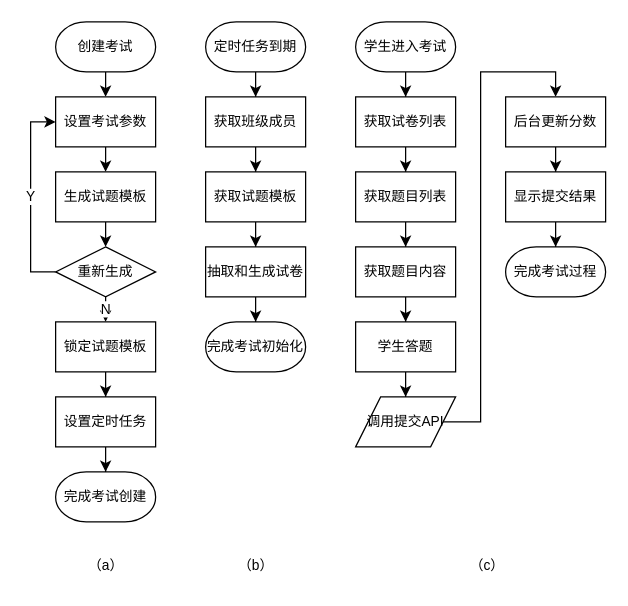
Above: page "第 6 页" (6 of 6) of 程序流程图.drawio in 2302680972/lighteny_diagrams (draw.io), before the change. Source tidied: cells renumbered, new cells numbered last; positions are measured from the earlier drawing's top-left corner, leaving out a move shared by most shapes. Both pictures are drawn from the tidied source at 125%, with x=0, y=0 at pixel (30, 21).
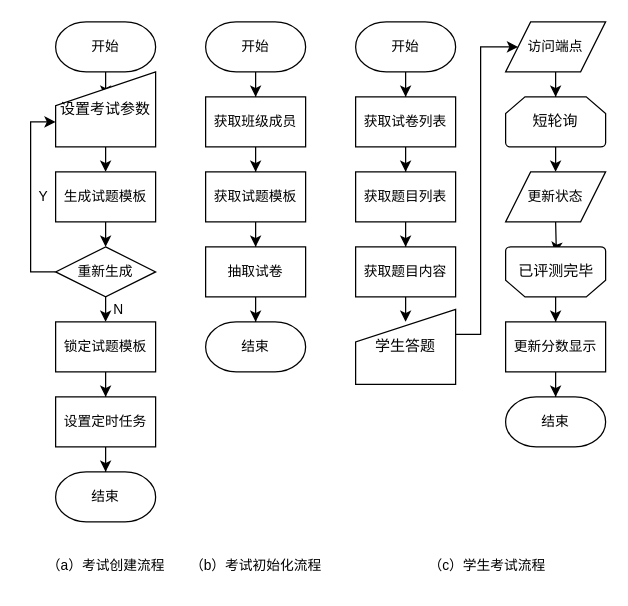
The same page after the edit.

Commit message:
更新程序流程图.drawio

The change refers to these unchanged cells:
```xml
<mxCell id="7" value="生成试题模板" style="rounded=0;whiteSpace=wrap;html=1;strokeWidth=1;fontSize=11;" parent="1" vertex="1">
  <mxGeometry x="20" y="120" width="80" height="40" as="geometry" />
</mxCell>
<mxCell id="10" value="重新生成" style="rhombus;whiteSpace=wrap;html=1;strokeWidth=1;fontSize=11;" parent="1" vertex="1">
  <mxGeometry x="20" y="180" width="80" height="40" as="geometry" />
</mxCell>
<mxCell id="12" value="锁定试题模板" style="rounded=0;whiteSpace=wrap;html=1;strokeWidth=1;fontSize=11;" parent="1" vertex="1">
  <mxGeometry x="20" y="240" width="80" height="40" as="geometry" />
</mxCell>
<mxCell id="34" value="获取题目内容" style="rounded=0;whiteSpace=wrap;html=1;strokeWidth=1;fontSize=11;" parent="1" vertex="1">
  <mxGeometry x="260" y="180" width="80" height="40" as="geometry" />
</mxCell>
```

The edit, as a diff of the source:
```diff
@@
-    <mxCell id="2" style="edgeStyle=none;html=1;strokeWidth=1;fontSize=11;" parent="1" edge="1" source="3" target="5">
-      <mxGeometry relative="1" as="geometry" />
+    <mxCell id="2" style="edgeStyle=none;html=1;strokeWidth=1;fontSize=11;" parent="1" edge="1" source="3">
+      <mxGeometry relative="1" as="geometry">
+        <mxPoint x="60" y="60" as="targetPoint" />
+      </mxGeometry>
     </mxCell>
-    <mxCell id="3" value="创建考试" style="strokeWidth=1;html=1;shape=mxgraph.flowchart.terminator;whiteSpace=wrap;fontSize=11;" parent="1" vertex="1">
+    <mxCell id="3" value="开始" style="strokeWidth=1;html=1;shape=mxgraph.flowchart.terminator;whiteSpace=wrap;fontSize=11;" parent="1" vertex="1">
       <mxGeometry x="20" width="80" height="40" as="geometry" />
     </mxCell>
-    <mxCell id="4" style="edgeStyle=none;html=1;strokeWidth=1;fontSize=11;" parent="1" edge="1" source="5" target="7">
-      <mxGeometry relative="1" as="geometry" />
+    <mxCell id="4" style="edgeStyle=none;html=1;strokeWidth=1;fontSize=11;" parent="1" edge="1" target="7">
+      <mxGeometry relative="1" as="geometry">
+        <mxPoint x="60" y="100" as="sourcePoint" />
+      </mxGeometry>
     </mxCell>
-    <mxCell id="5" value="设置考试参数" style="rounded=0;whiteSpace=wrap;html=1;strokeWidth=1;fontSize=11;" parent="1" vertex="1">
-      <mxGeometry x="20" y="60" width="80" height="40" as="geometry" />
-    </mxCell>
@@
     <mxCell id="8" value="N" style="edgeStyle=none;html=1;strokeWidth=1;fontSize=11;" parent="1" edge="1" source="10" target="12">
-      <mxGeometry relative="1" as="geometry" />
+      <mxGeometry y="10" relative="1" as="geometry" />
     </mxCell>
-    <mxCell id="9" value="Y" style="edgeStyle=orthogonalEdgeStyle;rounded=0;jettySize=auto;html=1;entryX=0;entryY=0.5;entryDx=0;entryDy=0;strokeWidth=1;fontSize=11;" parent="1" edge="1" source="10" target="5">
-      <mxGeometry relative="1" as="geometry">
+    <mxCell id="9" value="Y" style="edgeStyle=orthogonalEdgeStyle;rounded=0;jettySize=auto;html=1;entryX=0;entryY=0.5;entryDx=0;entryDy=0;strokeWidth=1;fontSize=11;" parent="1" edge="1" source="10">
+      <mxGeometry y="-10" relative="1" as="geometry">
+        <mxPoint x="20" y="80" as="targetPoint" />
         <Array as="points">
           <mxPoint y="200" />
           <mxPoint y="80" />
         </Array>
       </mxGeometry>
     </mxCell>
@@
-    <mxCell id="15" value="完成考试创建" style="strokeWidth=1;html=1;shape=mxgraph.flowchart.terminator;whiteSpace=wrap;fontSize=11;" parent="1" vertex="1">
+    <mxCell id="15" value="结束" style="strokeWidth=1;html=1;shape=mxgraph.flowchart.terminator;whiteSpace=wrap;fontSize=11;" parent="1" vertex="1">
       <mxGeometry x="20" y="360" width="80" height="40" as="geometry" />
     </mxCell>
@@
-    <mxCell id="17" value="定时任务到期" style="strokeWidth=1;html=1;shape=mxgraph.flowchart.terminator;whiteSpace=wrap;fontSize=11;" parent="1" vertex="1">
+    <mxCell id="17" value="开始" style="strokeWidth=1;html=1;shape=mxgraph.flowchart.terminator;whiteSpace=wrap;fontSize=11;" parent="1" vertex="1">
       <mxGeometry x="140" width="80" height="40" as="geometry" />
     </mxCell>
@@
-    <mxCell id="23" value="抽取和生成试卷" style="rounded=0;whiteSpace=wrap;html=1;strokeWidth=1;fontSize=11;" parent="1" vertex="1">
+    <mxCell id="23" value="抽取试卷" style="rounded=0;whiteSpace=wrap;html=1;strokeWidth=1;fontSize=11;" parent="1" vertex="1">
       <mxGeometry x="140" y="180" width="80" height="40" as="geometry" />
     </mxCell>
-    <mxCell id="24" value="完成考试初始化" style="strokeWidth=1;html=1;shape=mxgraph.flowchart.terminator;whiteSpace=wrap;fontSize=11;" parent="1" vertex="1">
+    <mxCell id="24" value="结束" style="strokeWidth=1;html=1;shape=mxgraph.flowchart.terminator;whiteSpace=wrap;fontSize=11;" parent="1" vertex="1">
       <mxGeometry x="140" y="240" width="80" height="40" as="geometry" />
     </mxCell>
-    <mxCell id="25" value="（a）" style="text;html=1;align=center;verticalAlign=middle;strokeColor=none;fillColor=none;strokeWidth=1;fontSize=11;" parent="1" vertex="1">
-      <mxGeometry x="35" y="420" width="50" height="30" as="geometry" />
+    <mxCell id="25" value="（a）考试创建流程" style="text;html=1;align=center;verticalAlign=middle;strokeColor=none;fillColor=none;strokeWidth=1;fontSize=11;" parent="1" vertex="1">
+      <mxGeometry y="420" width="120" height="30" as="geometry" />
     </mxCell>
-    <mxCell id="26" value="（b）" style="text;html=1;align=center;verticalAlign=middle;strokeColor=none;fillColor=none;strokeWidth=1;fontSize=11;" parent="1" vertex="1">
-      <mxGeometry x="155" y="420" width="50" height="30" as="geometry" />
+    <mxCell id="26" value="（b）考试初始化流程" style="text;html=1;align=center;verticalAlign=middle;strokeColor=none;fillColor=none;strokeWidth=1;fontSize=11;" parent="1" vertex="1">
+      <mxGeometry x="115" y="420" width="130" height="30" as="geometry" />
     </mxCell>
@@
-    <mxCell id="28" value="学生进入考试" style="strokeWidth=1;html=1;shape=mxgraph.flowchart.terminator;whiteSpace=wrap;fontSize=11;" parent="1" vertex="1">
+    <mxCell id="28" value="开始" style="strokeWidth=1;html=1;shape=mxgraph.flowchart.terminator;whiteSpace=wrap;fontSize=11;" parent="1" vertex="1">
       <mxGeometry x="260" width="80" height="40" as="geometry" />
     </mxCell>
@@
-    <mxCell id="33" style="edgeStyle=orthogonalEdgeStyle;rounded=0;jettySize=auto;html=1;strokeWidth=1;fontSize=11;" parent="1" edge="1" source="34" target="36">
-      <mxGeometry relative="1" as="geometry" />
+    <mxCell id="33" style="edgeStyle=orthogonalEdgeStyle;rounded=0;jettySize=auto;html=1;strokeWidth=1;fontSize=11;" parent="1" edge="1" source="34">
+      <mxGeometry relative="1" as="geometry">
+        <mxPoint x="300" y="240" as="targetPoint" />
+      </mxGeometry>
     </mxCell>
@@
     <mxCell id="35" style="edgeStyle=orthogonalEdgeStyle;rounded=0;jettySize=auto;html=1;strokeWidth=1;fontSize=11;" parent="1" edge="1" source="36" target="38">
-      <mxGeometry relative="1" as="geometry" />
+      <mxGeometry relative="1" as="geometry">
+        <Array as="points">
+          <mxPoint x="360" y="250" />
+          <mxPoint x="360" y="20" />
+        </Array>
+      </mxGeometry>
     </mxCell>
-    <mxCell id="36" value="学生答题" style="rounded=0;whiteSpace=wrap;html=1;strokeWidth=1;fontSize=11;" parent="1" vertex="1">
-      <mxGeometry x="260" y="240" width="80" height="40" as="geometry" />
-    </mxCell>
-    <mxCell id="37" style="edgeStyle=orthogonalEdgeStyle;rounded=0;jettySize=auto;html=1;entryX=0.5;entryY=0;entryDx=0;entryDy=0;strokeWidth=1;fontSize=11;" parent="1" edge="1" source="38" target="40">
-      <mxGeometry relative="1" as="geometry" />
-    </mxCell>
+    <mxCell id="45" style="edgeStyle=orthogonalEdgeStyle;rounded=0;jettySize=auto;html=1;" parent="1" edge="1" source="38" target="48">
+      <mxGeometry relative="1" as="geometry" />
+    </mxCell>
-    <mxCell id="38" value="调用提交API" style="shape=parallelogram;perimeter=parallelogramPerimeter;whiteSpace=wrap;html=1;fixedSize=1;strokeWidth=1;fontSize=11;" parent="1" vertex="1">
-      <mxGeometry x="260" y="300" width="80" height="40" as="geometry" />
+    <mxCell id="38" value="访问端点" style="shape=parallelogram;perimeter=parallelogramPerimeter;whiteSpace=wrap;html=1;fixedSize=1;strokeWidth=1;fontSize=11;" parent="1" vertex="1">
+      <mxGeometry x="380" width="80" height="40" as="geometry" />
     </mxCell>
-    <mxCell id="39" style="edgeStyle=orthogonalEdgeStyle;rounded=0;jettySize=auto;html=1;strokeWidth=1;fontSize=11;" parent="1" edge="1" source="40" target="42">
-      <mxGeometry relative="1" as="geometry" />
-    </mxCell>
-    <mxCell id="40" value="后台更新分数" style="rounded=0;whiteSpace=wrap;html=1;strokeWidth=1;fontSize=11;" parent="1" vertex="1">
-      <mxGeometry x="380" y="60" width="80" height="40" as="geometry" />
-    </mxCell>
-    <mxCell id="41" style="edgeStyle=orthogonalEdgeStyle;rounded=0;jettySize=auto;html=1;strokeWidth=1;fontSize=11;" parent="1" edge="1" source="42" target="43">
-      <mxGeometry relative="1" as="geometry" />
-    </mxCell>
-    <mxCell id="42" value="显示提交结果" style="rounded=0;whiteSpace=wrap;html=1;strokeWidth=1;fontSize=11;" parent="1" vertex="1">
-      <mxGeometry x="380" y="120" width="80" height="40" as="geometry" />
-    </mxCell>
+    <mxCell id="46" style="edgeStyle=orthogonalEdgeStyle;rounded=0;jettySize=auto;html=1;" parent="1" edge="1" target="51">
+      <mxGeometry relative="1" as="geometry">
+        <mxPoint x="420" y="160" as="sourcePoint" />
+      </mxGeometry>
+    </mxCell>
-    <mxCell id="43" value="完成考试过程" style="strokeWidth=1;html=1;shape=mxgraph.flowchart.terminator;whiteSpace=wrap;fontSize=11;" parent="1" vertex="1">
-      <mxGeometry x="380" y="180" width="80" height="40" as="geometry" />
+    <mxCell id="43" value="结束" style="strokeWidth=1;html=1;shape=mxgraph.flowchart.terminator;whiteSpace=wrap;fontSize=11;" parent="1" vertex="1">
+      <mxGeometry x="380" y="300" width="80" height="40" as="geometry" />
     </mxCell>
-    <mxCell id="44" value="（c）" style="text;html=1;align=center;verticalAlign=middle;strokeColor=none;fillColor=none;strokeWidth=1;fontSize=11;" parent="1" vertex="1">
-      <mxGeometry x="340" y="420" width="50" height="30" as="geometry" />
+    <mxCell id="44" value="（c）学生考试流程" style="text;html=1;align=center;verticalAlign=middle;strokeColor=none;fillColor=none;strokeWidth=1;fontSize=11;" parent="1" vertex="1">
+      <mxGeometry x="305" y="420" width="120" height="30" as="geometry" />
     </mxCell>
+    <mxCell id="36" value="学生答题" style="html=1;strokeWidth=1;shape=manualInput;whiteSpace=wrap;rounded=0;size=26;arcSize=11;" parent="1" vertex="1">
+      <mxGeometry x="260" y="230" width="80" height="60" as="geometry" />
+    </mxCell>
+    <mxCell id="47" style="edgeStyle=orthogonalEdgeStyle;rounded=0;jettySize=auto;html=1;" parent="1" edge="1" source="48">
+      <mxGeometry relative="1" as="geometry">
+        <mxPoint x="420" y="120" as="targetPoint" />
+      </mxGeometry>
+    </mxCell>
+    <mxCell id="48" value="短轮询" style="strokeWidth=1;html=1;shape=mxgraph.flowchart.loop_limit;whiteSpace=wrap;" parent="1" vertex="1">
+      <mxGeometry x="380" y="60" width="80" height="40" as="geometry" />
+    </mxCell>
+    <mxCell id="49" style="edgeStyle=orthogonalEdgeStyle;rounded=0;jettySize=auto;html=1;" parent="1" edge="1" source="50" target="53">
+      <mxGeometry relative="1" as="geometry" />
+    </mxCell>
+    <mxCell id="50" style="strokeWidth=1;html=1;shape=mxgraph.flowchart.loop_limit;whiteSpace=wrap;rotation=-180;" parent="1" vertex="1">
+      <mxGeometry x="380" y="180" width="80" height="40" as="geometry" />
+    </mxCell>
+    <mxCell id="51" value="已评测完毕" style="text;html=1;align=center;verticalAlign=middle;points=[];strokeColor=none;fillColor=none;" parent="1" vertex="1">
+      <mxGeometry x="380" y="185" width="80" height="30" as="geometry" />
+    </mxCell>
+    <mxCell id="52" style="edgeStyle=orthogonalEdgeStyle;rounded=0;jettySize=auto;html=1;" parent="1" edge="1" source="53" target="43">
+      <mxGeometry relative="1" as="geometry" />
+    </mxCell>
+    <mxCell id="53" value="更新分数显示" style="rounded=0;whiteSpace=wrap;html=1;strokeWidth=1;fontSize=11;" parent="1" vertex="1">
+      <mxGeometry x="380" y="240" width="80" height="40" as="geometry" />
+    </mxCell>
+    <mxCell id="5" value="设置考试参数" style="html=1;strokeWidth=1;shape=manualInput;whiteSpace=wrap;rounded=0;size=27;arcSize=11;" parent="1" vertex="1">
+      <mxGeometry x="20" y="40" width="80" height="60" as="geometry" />
+    </mxCell>
+    <mxCell id="54" value="更新状态" style="shape=parallelogram;perimeter=parallelogramPerimeter;whiteSpace=wrap;html=1;fixedSize=1;strokeWidth=1;fontSize=11;" parent="1" vertex="1">
+      <mxGeometry x="380" y="120" width="80" height="40" as="geometry" />
+    </mxCell>
```
